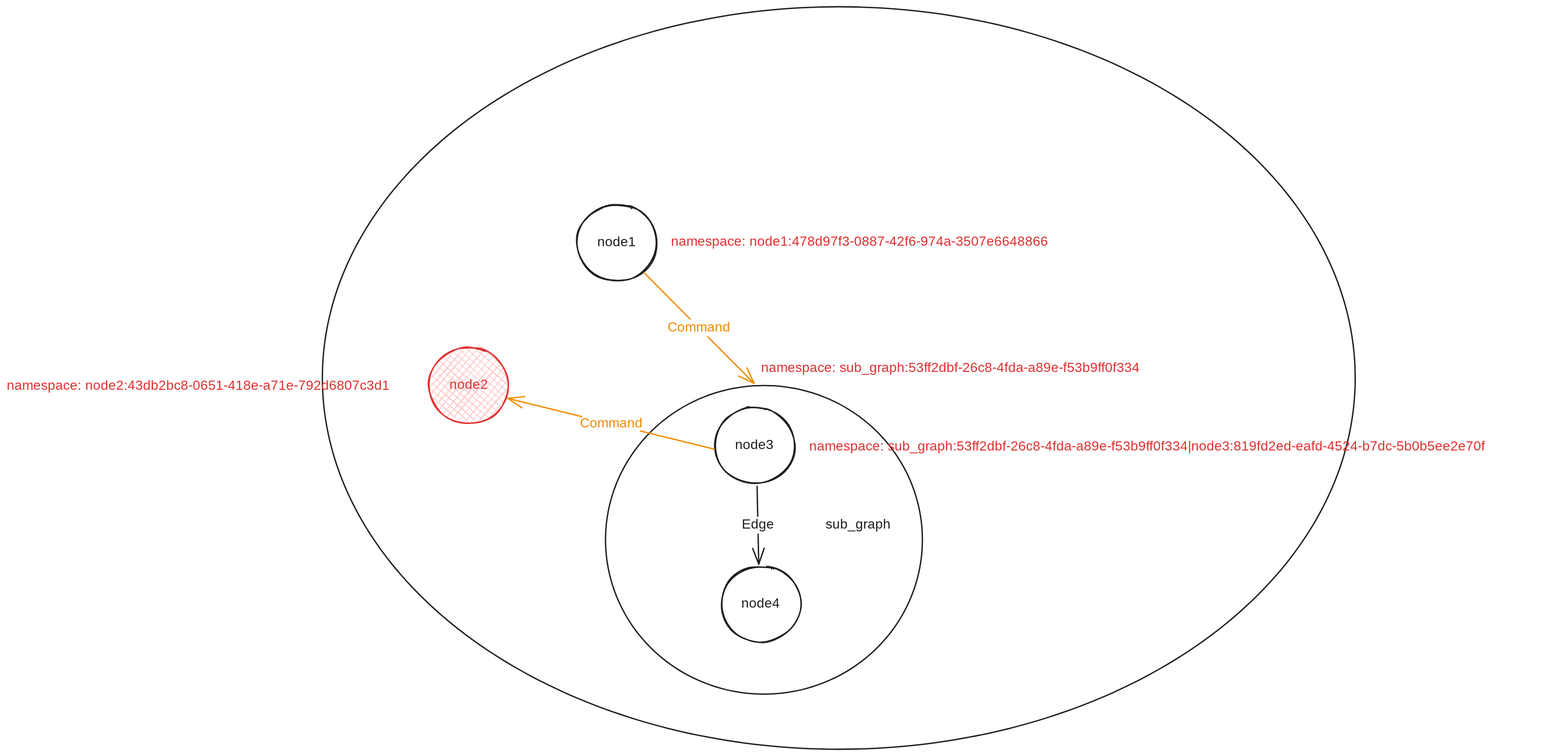
theo1893/theo1893.github.io keeps this Excalidraw diagram as source/_posts/LangGraphDynamicRoute2/loop_3.svg. Above is the earlier version. Source tidied: one line per element, renumbered; positions are measured from the earlier drawing's top-left corner, leaving out a move shared by most shapes.
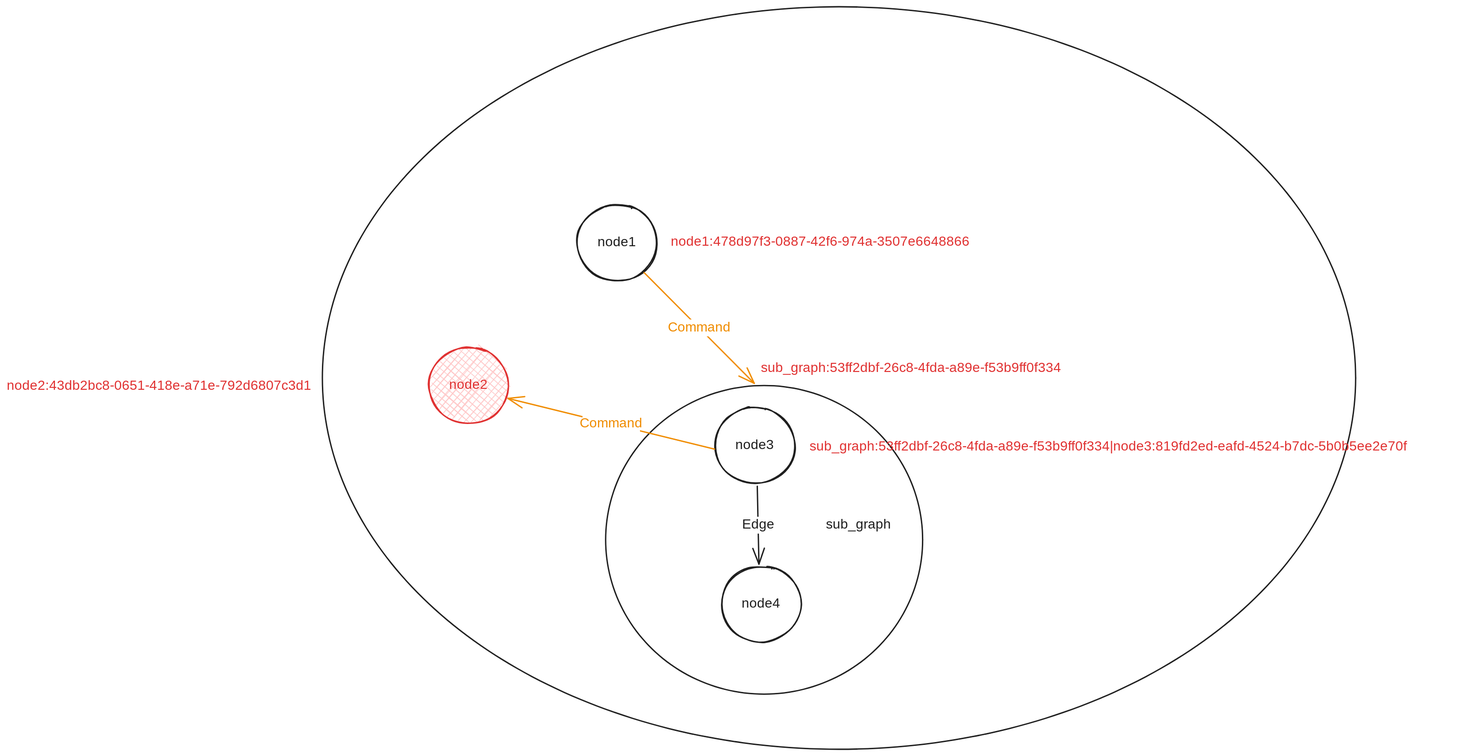
Later version of the same file.

The edit, as a diff of the source:
```diff
@@ -15,7 +15,7 @@
 {"id": 14, "type": "arrow", "strokeColor": "#f08c00", "strokeWidth": 2, "roughness": 0, "endArrowhead": "arrow", "round": true, "from": 4, "to": 2, "x": 1049, "y": 656, "width": 306, "height": 75, "points": [[0, 0], [-306, -75]]}
 {"id": 15, "type": "text", "text": "Command", "strokeColor": "#f08c00", "strokeWidth": 2, "roughness": 0, "fontSize": 20, "fontFamily": 5, "textAlign": "center", "verticalAlign": "middle", "inside": 14, "x": 794, "y": 642, "width": 85, "height": 25}
 {"id": 16, "type": "ellipse", "strokeColor": "#1e1e1e", "strokeWidth": 2, "roughness": 0, "round": true, "x": 468, "y": 0, "width": 1532, "height": 1101}
-{"id": 17, "type": "text", "text": "namespace: node1:478d97f3-0887-42f6-974a-3507e6648866", "strokeColor": "#e03131", "backgroundColor": "#ffc9c9", "fillStyle": "cross-hatch", "strokeWidth": 2, "roughness": 0, "fontSize": 20, "fontFamily": 5, "x": 985, "y": 337, "width": 592, "height": 25}
+{"id": 17, "type": "text", "text": "node1:478d97f3-0887-42f6-974a-3507e6648866", "strokeColor": "#e03131", "backgroundColor": "#ffc9c9", "fillStyle": "cross-hatch", "strokeWidth": 2, "roughness": 0, "fontSize": 20, "fontFamily": 5, "x": 985, "y": 337, "width": 479, "height": 25}
-{"id": 18, "type": "text", "text": "namespace: sub_graph:53ff2dbf-26c8-4fda-a89e-f53b9ff0f334", "strokeColor": "#e03131", "strokeWidth": 2, "roughness": 0, "fontSize": 20, "fontFamily": 5, "x": 1118, "y": 524, "width": 617, "height": 25}
+{"id": 18, "type": "text", "text": "sub_graph:53ff2dbf-26c8-4fda-a89e-f53b9ff0f334", "strokeColor": "#e03131", "strokeWidth": 2, "roughness": 0, "fontSize": 20, "fontFamily": 5, "x": 1118, "y": 524, "width": 504, "height": 25}
-{"id": 19, "type": "text", "text": "namespace: sub_graph:53ff2dbf-26c8-4fda-a89e-f53b9ff0f334|node3:819fd2ed-eafd-4524-b7dc-5b0b5ee2e70f", "strokeColor": "#e03131", "backgroundColor": "#ffc9c9", "fillStyle": "cross-hatch", "strokeWidth": 2, "roughness": 0, "fontSize": 20, "fontFamily": 5, "x": 1190, "y": 640, "width": 1091, "height": 25}
+{"id": 19, "type": "text", "text": "sub_graph:53ff2dbf-26c8-4fda-a89e-f53b9ff0f334|node3:819fd2ed-eafd-4524-b7dc-5b0b5ee2e70f", "strokeColor": "#e03131", "backgroundColor": "#ffc9c9", "fillStyle": "cross-hatch", "strokeWidth": 2, "roughness": 0, "fontSize": 20, "fontFamily": 5, "x": 1190, "y": 640, "width": 978, "height": 25}
-{"id": 20, "type": "text", "text": "namespace: node2:43db2bc8-0651-418e-a71e-792d6807c3d1", "strokeColor": "#e03131", "backgroundColor": "#ffc9c9", "fillStyle": "cross-hatch", "strokeWidth": 2, "roughness": 0, "fontSize": 20, "fontFamily": 5, "x": 0, "y": 550, "width": 581, "height": 25}
+{"id": 20, "type": "text", "text": "node2:43db2bc8-0651-418e-a71e-792d6807c3d1", "strokeColor": "#e03131", "backgroundColor": "#ffc9c9", "fillStyle": "cross-hatch", "strokeWidth": 2, "roughness": 0, "fontSize": 20, "fontFamily": 5, "x": 0, "y": 550, "width": 468, "height": 25}
```
